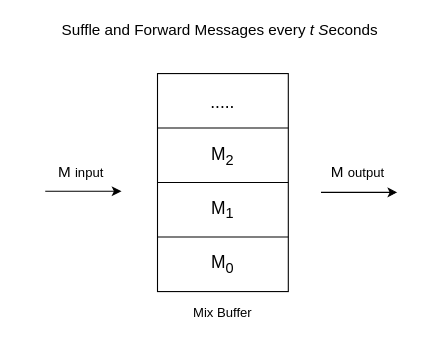
Erodotos/msc-dissertation keeps this draw.io diagram as figures/mixing_techniques/timed.drawio. Above is the earlier version. Source tidied: cells renumbered, new cells numbered last; positions are measured from the earlier drawing's top-left corner, leaving out a move shared by most shapes. Both pictures are drawn from the tidied source at 109%, with x=0, y=0 at pixel (45, 19).
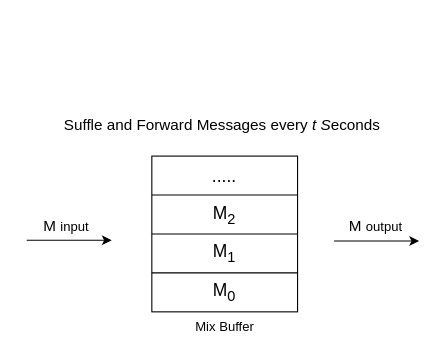
Above is the later version.

Change to the diagram source:
```diff
@@
 <mxGraphModel>
   <root>
     <mxCell id="0" />
     <mxCell id="1" parent="0" />
+    <mxCell id="16" style="group;" parent="1" vertex="1">
+      <mxGeometry x="-17" y="90" width="360" height="200" as="geometry" />
+    </mxCell>
-    <mxCell id="2" style="rounded=0;whiteSpace=wrap;html=1;" parent="1" vertex="1">
-      <mxGeometry x="103" y="50" width="120" height="200" as="geometry" />
+    <mxCell id="2" style="rounded=0;whiteSpace=wrap;html=1;" parent="16" vertex="1">
+      <mxGeometry x="114.8" y="35.7" width="133.7" height="142.9" as="geometry" />
     </mxCell>
-    <mxCell id="3" style="endArrow=none;html=1;exitX=0;exitY=0.25;exitDx=0;exitDy=0;entryX=1;entryY=0.25;entryDx=0;entryDy=0;" parent="1" edge="1" source="2" target="2">
+    <mxCell id="3" style="endArrow=none;html=1;exitX=0;exitY=0.25;exitDx=0;exitDy=0;entryX=1;entryY=0.25;entryDx=0;entryDy=0;" parent="16" edge="1" source="2" target="2">
       <mxGeometry relative="1" as="geometry" />
     </mxCell>
-    <mxCell id="4" style="endArrow=none;html=1;exitX=0;exitY=0.5;exitDx=0;exitDy=0;entryX=1;entryY=0.5;entryDx=0;entryDy=0;" parent="1" edge="1" source="2" target="2">
+    <mxCell id="4" style="endArrow=none;html=1;exitX=0;exitY=0.5;exitDx=0;exitDy=0;entryX=1;entryY=0.5;entryDx=0;entryDy=0;" parent="16" edge="1" source="2" target="2">
       <mxGeometry relative="1" as="geometry" />
     </mxCell>
-    <mxCell id="5" style="endArrow=none;html=1;exitX=0;exitY=0.75;exitDx=0;exitDy=0;entryX=1;entryY=0.75;entryDx=0;entryDy=0;" parent="1" edge="1" source="2" target="2">
+    <mxCell id="5" style="endArrow=none;html=1;exitX=0;exitY=0.75;exitDx=0;exitDy=0;entryX=1;entryY=0.75;entryDx=0;entryDy=0;" parent="16" edge="1" source="2" target="2">
       <mxGeometry relative="1" as="geometry" />
     </mxCell>
-    <mxCell id="6" value="&lt;font style=&quot;font-size: 16px&quot;&gt;Μ&lt;sub&gt;0&lt;/sub&gt;&lt;/font&gt;" style="text;html=1;strokeColor=none;fillColor=none;align=center;verticalAlign=middle;whiteSpace=wrap;rounded=0;" parent="1" vertex="1">
-      <mxGeometry x="143" y="215" width="40" height="20" as="geometry" />
+    <mxCell id="6" value="&lt;font style=&quot;font-size: 16px&quot;&gt;Μ&lt;sub&gt;0&lt;/sub&gt;&lt;/font&gt;" style="text;html=1;strokeColor=none;fillColor=none;align=center;verticalAlign=middle;whiteSpace=wrap;rounded=0;" parent="16" vertex="1">
+      <mxGeometry x="159.4" y="153.6" width="44.6" height="14.3" as="geometry" />
     </mxCell>
-    <mxCell id="7" value="&lt;font style=&quot;font-size: 16px&quot;&gt;Μ&lt;sub&gt;1&lt;br&gt;&lt;/sub&gt;&lt;/font&gt;" style="text;html=1;strokeColor=none;fillColor=none;align=center;verticalAlign=middle;whiteSpace=wrap;rounded=0;" parent="1" vertex="1">
-      <mxGeometry x="143" y="165" width="40" height="20" as="geometry" />
+    <mxCell id="7" value="&lt;font style=&quot;font-size: 16px&quot;&gt;Μ&lt;sub&gt;1&lt;br&gt;&lt;/sub&gt;&lt;/font&gt;" style="text;html=1;strokeColor=none;fillColor=none;align=center;verticalAlign=middle;whiteSpace=wrap;rounded=0;" parent="16" vertex="1">
+      <mxGeometry x="159.4" y="117.9" width="44.6" height="14.3" as="geometry" />
     </mxCell>
-    <mxCell id="8" value="&lt;font style=&quot;font-size: 16px&quot;&gt;Μ&lt;sub&gt;2&lt;/sub&gt;&lt;/font&gt;" style="text;html=1;strokeColor=none;fillColor=none;align=center;verticalAlign=middle;whiteSpace=wrap;rounded=0;" parent="1" vertex="1">
-      <mxGeometry x="143" y="116" width="40" height="20" as="geometry" />
+    <mxCell id="8" value="&lt;font style=&quot;font-size: 16px&quot;&gt;Μ&lt;sub&gt;2&lt;/sub&gt;&lt;/font&gt;" style="text;html=1;strokeColor=none;fillColor=none;align=center;verticalAlign=middle;whiteSpace=wrap;rounded=0;" parent="16" vertex="1">
+      <mxGeometry x="159.4" y="82.9" width="44.6" height="14.3" as="geometry" />
     </mxCell>
-    <mxCell id="9" value="&lt;span style=&quot;font-size: 16px&quot;&gt;.....&lt;/span&gt;" style="text;html=1;strokeColor=none;fillColor=none;align=center;verticalAlign=middle;whiteSpace=wrap;rounded=0;" parent="1" vertex="1">
-      <mxGeometry x="143" y="66" width="40" height="20" as="geometry" />
+    <mxCell id="9" value="&lt;span style=&quot;font-size: 16px&quot;&gt;.....&lt;/span&gt;" style="text;html=1;strokeColor=none;fillColor=none;align=center;verticalAlign=middle;whiteSpace=wrap;rounded=0;" parent="16" vertex="1">
+      <mxGeometry x="159.4" y="47.1" width="44.6" height="14.3" as="geometry" />
     </mxCell>
-    <mxCell id="10" style="endArrow=classic;html=1;" parent="1" edge="1">
+    <mxCell id="10" style="endArrow=classic;html=1;" parent="16" edge="1">
       <mxGeometry relative="1" as="geometry">
-        <mxPoint y="158" as="sourcePoint" />
-        <mxPoint x="70" y="158" as="targetPoint" />
+        <mxPoint y="112.9" as="sourcePoint" />
+        <mxPoint x="78" y="112.9" as="targetPoint" />
       </mxGeometry>
     </mxCell>
-    <mxCell id="11" style="endArrow=classic;html=1;" parent="1" edge="1">
+    <mxCell id="11" style="endArrow=classic;html=1;" parent="16" edge="1">
       <mxGeometry relative="1" as="geometry">
-        <mxPoint x="253" y="159" as="sourcePoint" />
-        <mxPoint x="323" y="159" as="targetPoint" />
+        <mxPoint x="282" y="113.6" as="sourcePoint" />
+        <mxPoint x="360" y="113.6" as="targetPoint" />
       </mxGeometry>
     </mxCell>
-    <mxCell id="12" value="&lt;font&gt;&lt;font style=&quot;font-size: 14px&quot;&gt;Μ&amp;nbsp;&lt;/font&gt;&lt;font style=&quot;font-size: 12px&quot;&gt;input&lt;/font&gt;&lt;/font&gt;" style="text;html=1;strokeColor=none;fillColor=none;align=center;verticalAlign=middle;whiteSpace=wrap;rounded=0;" parent="1" vertex="1">
-      <mxGeometry x="13" y="130" width="40" height="20" as="geometry" />
+    <mxCell id="12" value="&lt;font&gt;&lt;font style=&quot;font-size: 14px&quot;&gt;Μ&amp;nbsp;&lt;/font&gt;&lt;font style=&quot;font-size: 12px&quot;&gt;input&lt;/font&gt;&lt;/font&gt;" style="text;html=1;strokeColor=none;fillColor=none;align=center;verticalAlign=middle;whiteSpace=wrap;rounded=0;" parent="16" vertex="1">
+      <mxGeometry x="14.5" y="92.9" width="44.6" height="14.3" as="geometry" />
     </mxCell>
-    <mxCell id="13" value="&lt;font&gt;&lt;font style=&quot;font-size: 14px&quot;&gt;Μ&amp;nbsp;&lt;/font&gt;&lt;font style=&quot;font-size: 12px&quot;&gt;output&lt;/font&gt;&lt;/font&gt;" style="text;html=1;strokeColor=none;fillColor=none;align=center;verticalAlign=middle;whiteSpace=wrap;rounded=0;" parent="1" vertex="1">
-      <mxGeometry x="267" y="130" width="40" height="20" as="geometry" />
+    <mxCell id="13" value="&lt;font&gt;&lt;font style=&quot;font-size: 14px&quot;&gt;Μ&amp;nbsp;&lt;/font&gt;&lt;font style=&quot;font-size: 12px&quot;&gt;output&lt;/font&gt;&lt;/font&gt;" style="text;html=1;strokeColor=none;fillColor=none;align=center;verticalAlign=middle;whiteSpace=wrap;rounded=0;" parent="16" vertex="1">
+      <mxGeometry x="297.6" y="92.9" width="44.6" height="14.3" as="geometry" />
     </mxCell>
-    <mxCell id="14" value="&lt;font style=&quot;font-size: 14px&quot;&gt;Suffle and Forward Messages every &lt;i&gt;t S&lt;/i&gt;econds&lt;/font&gt;" style="text;html=1;strokeColor=none;fillColor=none;align=center;verticalAlign=middle;whiteSpace=wrap;rounded=0;" parent="1" vertex="1">
-      <mxGeometry x="13" width="295" height="20" as="geometry" />
+    <mxCell id="14" value="&lt;font style=&quot;font-size: 14px&quot;&gt;Suffle and Forward Messages every &lt;i&gt;t S&lt;/i&gt;econds&lt;/font&gt;" style="text;html=1;strokeColor=none;fillColor=none;align=center;verticalAlign=middle;whiteSpace=wrap;rounded=0;" parent="16" vertex="1">
+      <mxGeometry x="14.5" width="328.8" height="14.3" as="geometry" />
     </mxCell>
-    <mxCell id="15" value="&lt;font style=&quot;font-size: 12px&quot;&gt;Mix Buffer&lt;/font&gt;" style="text;html=1;strokeColor=none;fillColor=none;align=center;verticalAlign=middle;whiteSpace=wrap;rounded=0;" parent="1" vertex="1">
-      <mxGeometry x="103" y="260" width="120" height="20" as="geometry" />
+    <mxCell id="15" value="&lt;font style=&quot;font-size: 12px&quot;&gt;Mix Buffer&lt;/font&gt;" style="text;html=1;strokeColor=none;fillColor=none;align=center;verticalAlign=middle;whiteSpace=wrap;rounded=0;" parent="16" vertex="1">
+      <mxGeometry x="114.8" y="185.7" width="133.7" height="14.3" as="geometry" />
     </mxCell>
   </root>
 </mxGraphModel>
```
